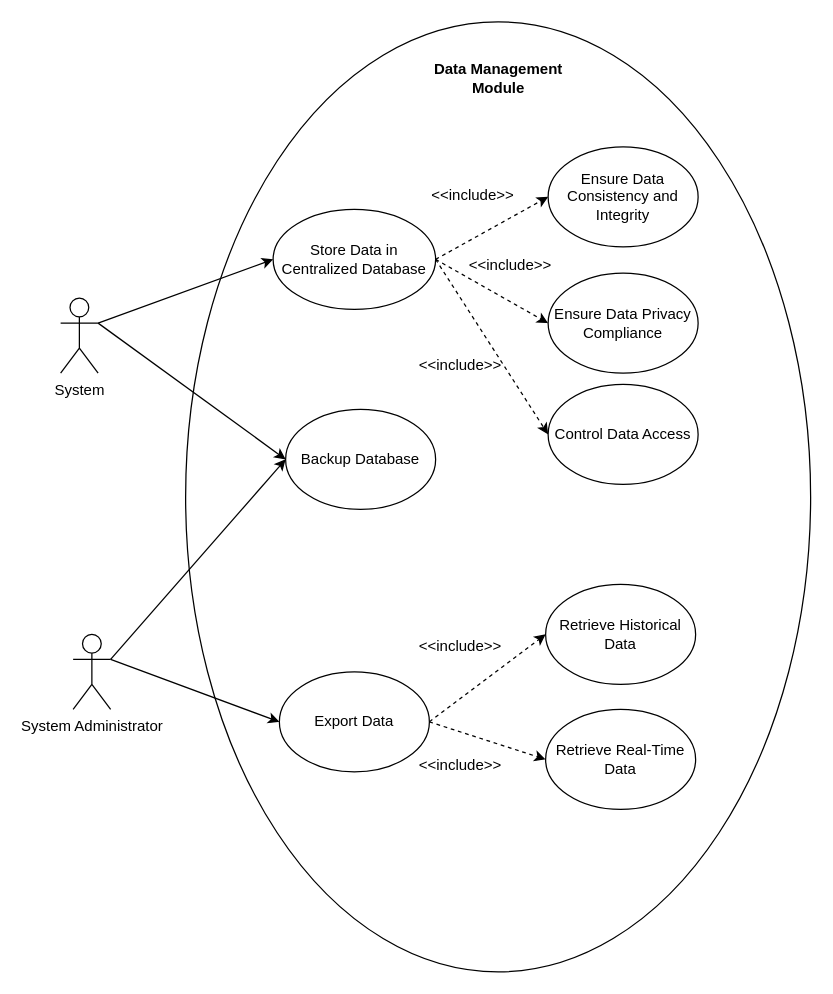
Earlier version of the draw.io diagram UseCaseDiagram.drawio (EzraChai/CMT221-Assignment). Source tidied: cells renumbered, new cells numbered last; positions are measured from the earlier drawing's top-left corner, leaving out a move shared by most shapes. Both pictures are drawn from the tidied source at 125%, with x=0, y=0 at pixel (60, 21).
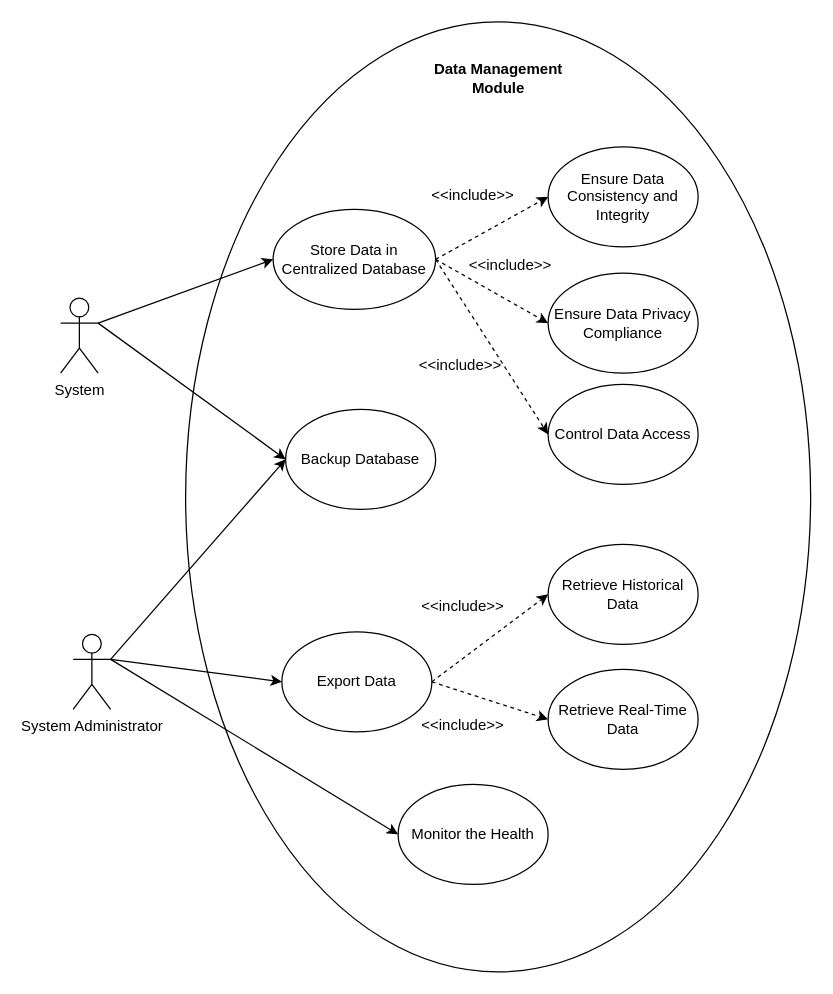
Above is the later version.

The change refers to these unchanged cells:
```xml
<mxCell id="6" value="&lt;span&gt;System Administrator&lt;/span&gt; " style="shape=umlActor;verticalLabelPosition=bottom;verticalAlign=top;html=1;outlineConnect=0;" parent="1" vertex="1">
  <mxGeometry x="10" y="490" width="30" height="60" as="geometry" />
</mxCell>
```

What changed in the source:
```diff
@@
+    <mxCell id="29" style="rounded=0;jettySize=auto;html=1;exitX=1;exitY=0.3333333333333333;exitDx=0;exitDy=0;exitPerimeter=0;entryX=0;entryY=0.5;entryDx=0;entryDy=0;" parent="1" edge="1" source="6" target="30">
+      <mxGeometry relative="1" as="geometry" />
+    </mxCell>
@@
     <mxCell id="16" value="Export Data" style="ellipse;whiteSpace=wrap;html=1;" parent="1" vertex="1">
-      <mxGeometry x="175" y="520" width="120" height="80" as="geometry" />
+      <mxGeometry x="177" y="488" width="120" height="80" as="geometry" />
     </mxCell>
@@
     <mxCell id="20" value="Retrieve Historical Data" style="ellipse;whiteSpace=wrap;html=1;" parent="1" vertex="1">
-      <mxGeometry x="388" y="450" width="120" height="80" as="geometry" />
+      <mxGeometry x="390" y="418" width="120" height="80" as="geometry" />
     </mxCell>
     <mxCell id="21" value="Retrieve Real-Time Data" style="ellipse;whiteSpace=wrap;html=1;" parent="1" vertex="1">
-      <mxGeometry x="388" y="550" width="120" height="80" as="geometry" />
+      <mxGeometry x="390" y="518" width="120" height="80" as="geometry" />
     </mxCell>
     <mxCell id="22" value="&amp;lt;&amp;lt;include&amp;gt;&amp;gt;" style="text;html=1;whiteSpace=wrap;strokeColor=none;fillColor=none;align=center;verticalAlign=middle;rounded=0;" parent="1" vertex="1">
-      <mxGeometry x="290" y="580" width="60" height="30" as="geometry" />
+      <mxGeometry x="292" y="548" width="60" height="30" as="geometry" />
     </mxCell>
     <mxCell id="23" value="&amp;lt;&amp;lt;include&amp;gt;&amp;gt;" style="text;html=1;whiteSpace=wrap;strokeColor=none;fillColor=none;align=center;verticalAlign=middle;rounded=0;" parent="1" vertex="1">
-      <mxGeometry x="290" y="485" width="60" height="30" as="geometry" />
+      <mxGeometry x="292" y="453" width="60" height="30" as="geometry" />
     </mxCell>
@@
+    <mxCell id="30" value="Monitor the Health" style="ellipse;whiteSpace=wrap;html=1;" parent="1" vertex="1">
+      <mxGeometry x="270" y="610" width="120" height="80" as="geometry" />
+    </mxCell>
```
